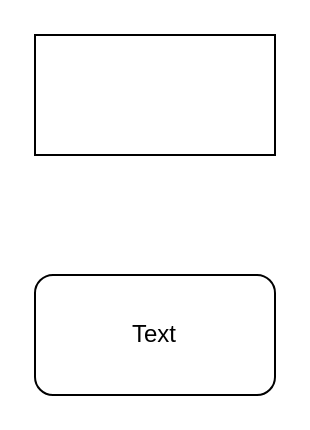
Earlier version of the draw.io diagram Sample.drawio (gowrishnkar/kendo-ui-core). Source tidied: cells renumbered, new cells numbered last; positions are measured from the earlier drawing's top-left corner, leaving out a move shared by most shapes. Both pictures are drawn from the tidied source at 200%, with x=0, y=0 at pixel (34, 34).
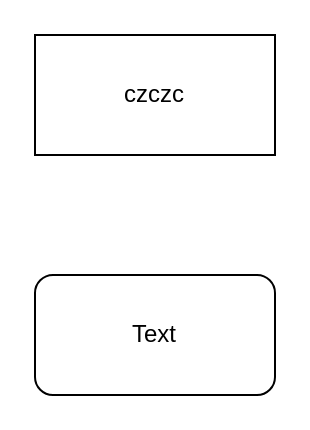
The same diagram, later.

Change to the diagram source:
```diff
@@
 <mxGraphModel>
   <root>
     <mxCell id="0" />
     <mxCell id="1" parent="0" />
-    <mxCell id="2" style="rounded=0;whiteSpace=wrap;html=1;" parent="1" vertex="1">
+    <mxCell id="2" value="czczc" style="rounded=0;whiteSpace=wrap;html=1;" parent="1" vertex="1">
       <mxGeometry width="120" height="60" as="geometry" />
     </mxCell>
     <mxCell id="3" style="rounded=1;whiteSpace=wrap;html=1;" parent="1" vertex="1">
       <mxGeometry y="120" width="120" height="60" as="geometry" />
     </mxCell>
     <mxCell id="4" value="Text" style="text;html=1;strokeColor=none;fillColor=none;align=center;verticalAlign=middle;whiteSpace=wrap;rounded=0;" parent="1" vertex="1">
       <mxGeometry x="40" y="140" width="40" height="20" as="geometry" />
     </mxCell>
   </root>
 </mxGraphModel>
```
